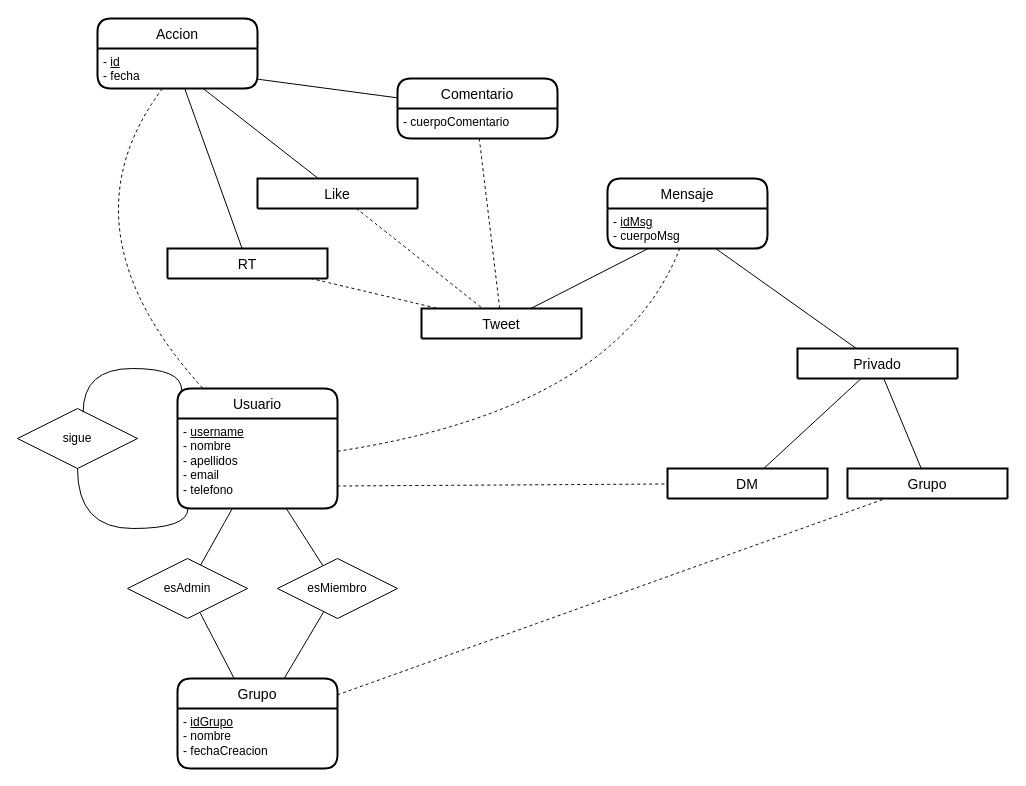
Earlier version of the draw.io diagram ex16.drawio (JuanMarinG/TA12_MYSQL). Source tidied: cells renumbered, new cells numbered last; positions are measured from the earlier drawing's top-left corner, leaving out a move shared by most shapes. Both pictures are drawn from the tidied source at 100%, with x=0, y=0 at pixel (17, 18).
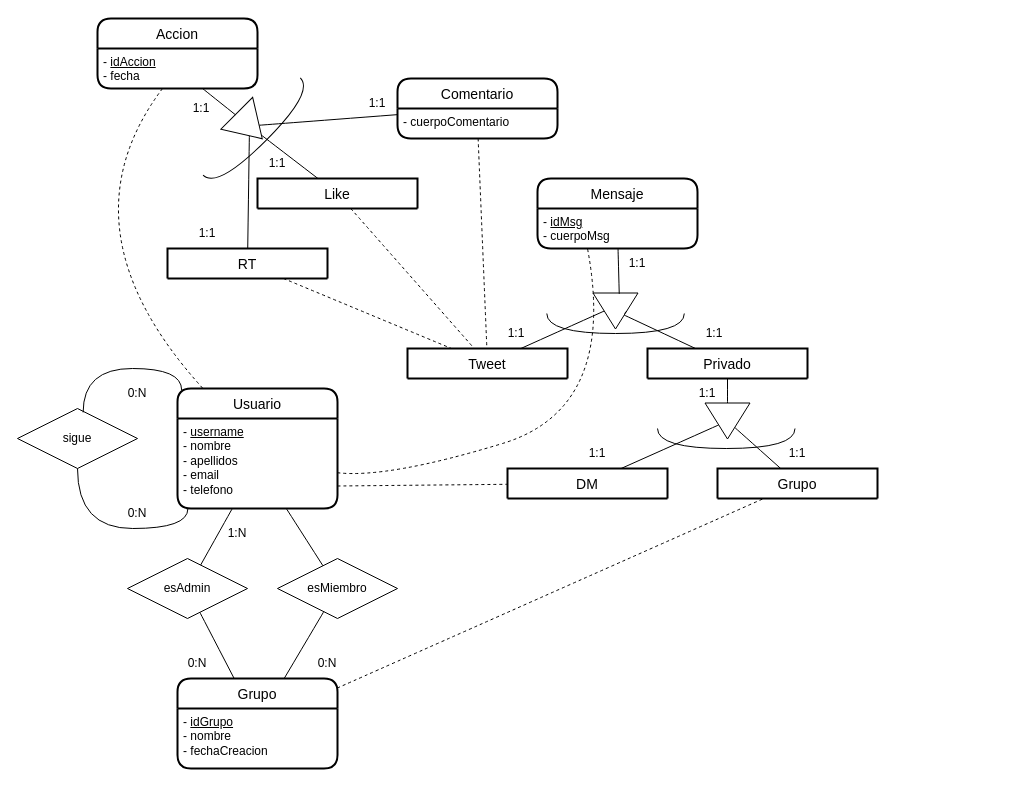
The same diagram, later.

The change refers to these unchanged cells:
```xml
<mxCell id="3" value="- &lt;u&gt;username&lt;/u&gt;&lt;br&gt;- nombre&lt;br&gt;- apellidos&lt;br&gt;- email&lt;br&gt;- telefono" style="align=left;strokeColor=none;fillColor=none;spacingLeft=4;fontSize=12;verticalAlign=top;html=1;" parent="2" vertex="1">
  <mxGeometry y="30" width="160" height="90" as="geometry" />
</mxCell>
<mxCell id="9" value="- &lt;u&gt;idMsg&lt;/u&gt;&lt;br&gt;- cuerpoMsg" style="align=left;strokeColor=none;fillColor=none;spacingLeft=4;fontSize=12;verticalAlign=top;html=1;" parent="8" vertex="1">
  <mxGeometry y="30" width="160" height="40" as="geometry" />
</mxCell>
<mxCell id="28" value="Comentario" style="swimlane;horizontal=1;startSize=30;rounded=1;fontSize=14;fontStyle=0;strokeWidth=2;shadow=0;dashed=0;align=center;" parent="1" vertex="1">
  <mxGeometry x="380" y="60" width="160" height="60" as="geometry" />
</mxCell>
<mxCell id="30" value="Like" style="swimlane;horizontal=1;startSize=30;rounded=1;fontSize=14;fontStyle=0;strokeWidth=2;shadow=0;dashed=0;align=center;" parent="1" vertex="1">
  <mxGeometry x="240" y="160" width="160" height="30" as="geometry" />
</mxCell>
<mxCell id="31" value="RT" style="swimlane;horizontal=1;startSize=30;rounded=1;fontSize=14;fontStyle=0;strokeWidth=2;shadow=0;dashed=0;align=center;" parent="1" vertex="1">
  <mxGeometry x="150" y="230" width="160" height="30" as="geometry" />
</mxCell>
<mxCell id="35" value="Accion" style="swimlane;horizontal=1;startSize=30;rounded=1;fontSize=14;fontStyle=0;strokeWidth=2;shadow=0;dashed=0;align=center;" parent="1" vertex="1">
  <mxGeometry x="80" width="160" height="70" as="geometry" />
</mxCell>
```

What changed in the source:
```diff
@@
     <mxCell id="8" value="Mensaje" style="swimlane;horizontal=1;startSize=30;rounded=1;fontSize=14;fontStyle=0;strokeWidth=2;shadow=0;dashed=0;align=center;" parent="1" vertex="1">
-      <mxGeometry x="590" y="160" width="160" height="70" as="geometry" />
+      <mxGeometry x="520" y="160" width="160" height="70" as="geometry" />
     </mxCell>
@@
     <mxCell id="11" value="Tweet" style="swimlane;horizontal=1;startSize=30;rounded=1;fontSize=14;fontStyle=0;strokeWidth=2;shadow=0;dashed=0;align=center;" parent="1" vertex="1">
-      <mxGeometry x="404" y="290" width="160" height="30" as="geometry" />
+      <mxGeometry x="390" y="330" width="160" height="30" as="geometry" />
     </mxCell>
     <mxCell id="12" value="Privado" style="swimlane;horizontal=1;startSize=30;rounded=1;fontSize=14;fontStyle=0;strokeWidth=2;shadow=0;dashed=0;align=center;" parent="1" vertex="1">
-      <mxGeometry x="780" y="330" width="160" height="30" as="geometry" />
+      <mxGeometry x="630" y="330" width="160" height="30" as="geometry" />
     </mxCell>
     <mxCell id="13" value="Grupo" style="swimlane;horizontal=1;startSize=30;rounded=1;fontSize=14;fontStyle=0;strokeWidth=2;shadow=0;dashed=0;align=center;" parent="1" vertex="1">
-      <mxGeometry x="830" y="450" width="160" height="30" as="geometry" />
+      <mxGeometry x="700" y="450" width="160" height="30" as="geometry" />
     </mxCell>
     <mxCell id="14" value="DM" style="swimlane;horizontal=1;startSize=30;rounded=1;fontSize=14;fontStyle=0;strokeWidth=2;shadow=0;dashed=0;align=center;" parent="1" vertex="1">
-      <mxGeometry x="650" y="450" width="160" height="30" as="geometry" />
+      <mxGeometry x="490" y="450" width="160" height="30" as="geometry" />
     </mxCell>
@@
-    <mxCell id="21" style="endArrow=none;html=1;rounded=0;curved=1;dashed=1;" parent="1" edge="1" source="3" target="9">
+    <mxCell id="21" style="endArrow=none;html=1;rounded=0;curved=1;dashed=1;" parent="1" edge="1" source="3">
       <mxGeometry relative="1" as="geometry">
+        <mxPoint x="570" y="230" as="targetPoint" />
         <Array as="points">
+          <mxPoint x="370" y="460" />
           <mxPoint x="600" y="390" />
         </Array>
       </mxGeometry>
     </mxCell>
-    <mxCell id="22" style="endArrow=none;html=1;rounded=0;curved=1;" parent="1" edge="1" source="9" target="12">
+    <mxCell id="22" style="endArrow=none;html=1;rounded=0;curved=1;startArrow=none;" parent="1" edge="1" source="53" target="12">
       <mxGeometry relative="1" as="geometry" />
     </mxCell>
-    <mxCell id="23" style="endArrow=none;html=1;rounded=0;curved=1;" parent="1" edge="1" source="9" target="11">
+    <mxCell id="23" style="endArrow=none;html=1;rounded=0;curved=1;exitX=0.5;exitY=1;exitDx=0;exitDy=0;" parent="1" edge="1" source="53" target="11">
       <mxGeometry relative="1" as="geometry" />
     </mxCell>
-    <mxCell id="24" style="endArrow=none;html=1;rounded=0;curved=1;" parent="1" edge="1" source="12" target="14">
+    <mxCell id="24" style="endArrow=none;html=1;rounded=0;curved=1;" parent="1" edge="1" source="54" target="14">
       <mxGeometry relative="1" as="geometry" />
     </mxCell>
-    <mxCell id="25" style="endArrow=none;html=1;rounded=0;curved=1;" parent="1" edge="1" source="12" target="13">
+    <mxCell id="25" style="endArrow=none;html=1;rounded=0;curved=1;" parent="1" edge="1" source="54" target="13">
       <mxGeometry relative="1" as="geometry" />
     </mxCell>
@@
-    <mxCell id="36" value="-&amp;nbsp;&lt;u&gt;id&lt;/u&gt;&lt;br&gt;- fecha" style="align=left;strokeColor=none;fillColor=none;spacingLeft=4;fontSize=12;verticalAlign=top;html=1;" parent="35" vertex="1">
+    <mxCell id="36" value="-&amp;nbsp;&lt;u&gt;idAccion&lt;/u&gt;&lt;br&gt;- fecha" style="align=left;strokeColor=none;fillColor=none;spacingLeft=4;fontSize=12;verticalAlign=top;html=1;" parent="35" vertex="1">
       <mxGeometry y="30" width="160" height="40" as="geometry" />
     </mxCell>
@@
-    <mxCell id="38" style="endArrow=none;html=1;rounded=0;curved=1;" parent="1" edge="1" source="36" target="28">
+    <mxCell id="38" style="endArrow=none;html=1;rounded=0;curved=1;startArrow=none;" parent="1" edge="1" source="49" target="28">
       <mxGeometry relative="1" as="geometry" />
     </mxCell>
-    <mxCell id="39" style="endArrow=none;html=1;rounded=0;curved=1;" parent="1" edge="1" source="36" target="30">
+    <mxCell id="39" style="endArrow=none;html=1;rounded=0;curved=1;" parent="1" edge="1" source="49" target="30">
       <mxGeometry relative="1" as="geometry" />
     </mxCell>
-    <mxCell id="40" style="endArrow=none;html=1;rounded=0;curved=1;" parent="1" edge="1" source="36" target="31">
+    <mxCell id="40" style="endArrow=none;html=1;rounded=0;curved=1;" parent="1" edge="1" source="49" target="31">
       <mxGeometry relative="1" as="geometry" />
     </mxCell>
+    <mxCell id="41" value="0:N" style="text;html=1;strokeColor=none;fillColor=none;align=center;verticalAlign=middle;whiteSpace=wrap;rounded=0;" parent="1" vertex="1">
+      <mxGeometry x="90" y="480" width="60" height="30" as="geometry" />
+    </mxCell>
+    <mxCell id="42" value="0:N" style="text;html=1;strokeColor=none;fillColor=none;align=center;verticalAlign=middle;whiteSpace=wrap;rounded=0;" parent="1" vertex="1">
+      <mxGeometry x="90" y="360" width="60" height="30" as="geometry" />
+    </mxCell>
+    <mxCell id="43" value="0:N" style="text;html=1;strokeColor=none;fillColor=none;align=center;verticalAlign=middle;whiteSpace=wrap;rounded=0;" parent="1" vertex="1">
+      <mxGeometry x="280" y="630" width="60" height="30" as="geometry" />
+    </mxCell>
+    <mxCell id="44" value="1:1" style="text;html=1;strokeColor=none;fillColor=none;align=center;verticalAlign=middle;whiteSpace=wrap;rounded=0;" parent="1" vertex="1">
+      <mxGeometry x="160" y="200" width="60" height="30" as="geometry" />
+    </mxCell>
+    <mxCell id="45" value="1:N" style="text;html=1;strokeColor=none;fillColor=none;align=center;verticalAlign=middle;whiteSpace=wrap;rounded=0;" parent="1" vertex="1">
+      <mxGeometry x="190" y="500" width="60" height="30" as="geometry" />
+    </mxCell>
+    <mxCell id="46" value="0:N" style="text;html=1;strokeColor=none;fillColor=none;align=center;verticalAlign=middle;whiteSpace=wrap;rounded=0;" parent="1" vertex="1">
+      <mxGeometry x="150" y="630" width="60" height="30" as="geometry" />
+    </mxCell>
+    <mxCell id="47" value="1:1" style="text;html=1;strokeColor=none;fillColor=none;align=center;verticalAlign=middle;whiteSpace=wrap;rounded=0;" parent="1" vertex="1">
+      <mxGeometry x="230" y="130" width="60" height="30" as="geometry" />
+    </mxCell>
+    <mxCell id="48" value="1:1" style="text;html=1;strokeColor=none;fillColor=none;align=center;verticalAlign=middle;whiteSpace=wrap;rounded=0;" parent="1" vertex="1">
+      <mxGeometry x="330" y="70" width="60" height="30" as="geometry" />
+    </mxCell>
+    <mxCell id="49" style="triangle;whiteSpace=wrap;html=1;rotation=45;" parent="1" vertex="1">
+      <mxGeometry x="214" y="85" width="36" height="45" as="geometry" />
+    </mxCell>
+    <mxCell id="50" style="endArrow=none;html=1;rounded=0;curved=1;" parent="1" edge="1" source="36" target="49">
+      <mxGeometry relative="1" as="geometry" />
+    </mxCell>
+    <mxCell id="51" value="1:1" style="text;html=1;strokeColor=none;fillColor=none;align=center;verticalAlign=middle;whiteSpace=wrap;rounded=0;" parent="1" vertex="1">
+      <mxGeometry x="154" y="75" width="60" height="30" as="geometry" />
+    </mxCell>
+    <mxCell id="52" style="shape=requiredInterface;html=1;verticalLabelPosition=bottom;sketch=0;fontSize=18;direction=south;rotation=-45;" parent="1" vertex="1">
+      <mxGeometry x="172.5" y="105" width="137.5" height="20" as="geometry" />
+    </mxCell>
+    <mxCell id="53" style="triangle;whiteSpace=wrap;html=1;rotation=90;" parent="1" vertex="1">
+      <mxGeometry x="580" y="270" width="36" height="45" as="geometry" />
+    </mxCell>
+    <mxCell id="54" style="triangle;whiteSpace=wrap;html=1;rotation=90;" parent="1" vertex="1">
+      <mxGeometry x="692" y="380" width="36" height="45" as="geometry" />
+    </mxCell>
+    <mxCell id="55" style="endArrow=none;html=1;rounded=0;curved=1;" parent="1" edge="1" source="54" target="12">
+      <mxGeometry relative="1" as="geometry" />
+    </mxCell>
+    <mxCell id="56" style="endArrow=none;html=1;rounded=0;curved=1;entryX=0.023;entryY=0.417;entryDx=0;entryDy=0;entryPerimeter=0;" parent="1" edge="1" source="9" target="53">
+      <mxGeometry relative="1" as="geometry" />
+    </mxCell>
+    <mxCell id="57" style="shape=requiredInterface;html=1;verticalLabelPosition=bottom;sketch=0;fontSize=18;direction=south;rotation=0;" parent="1" vertex="1">
+      <mxGeometry x="640" y="410" width="137.5" height="20" as="geometry" />
+    </mxCell>
+    <mxCell id="58" style="shape=requiredInterface;html=1;verticalLabelPosition=bottom;sketch=0;fontSize=18;direction=south;rotation=0;" parent="1" vertex="1">
+      <mxGeometry x="529.3" y="295" width="137.5" height="20" as="geometry" />
+    </mxCell>
+    <mxCell id="59" style="endArrow=none;html=1;rounded=0;curved=1;startArrow=none;exitX=0.5;exitY=0;exitDx=0;exitDy=0;" parent="1" edge="1" source="53" target="58">
+      <mxGeometry relative="1" as="geometry" />
+    </mxCell>
+    <mxCell id="60" value="1:1" style="text;html=1;strokeColor=none;fillColor=none;align=center;verticalAlign=middle;whiteSpace=wrap;rounded=0;" parent="1" vertex="1">
+      <mxGeometry x="469.3" y="300" width="60" height="30" as="geometry" />
+    </mxCell>
+    <mxCell id="61" value="1:1" style="text;html=1;strokeColor=none;fillColor=none;align=center;verticalAlign=middle;whiteSpace=wrap;rounded=0;" parent="1" vertex="1">
+      <mxGeometry x="666.7" y="300" width="60" height="30" as="geometry" />
+    </mxCell>
+    <mxCell id="62" value="1:1" style="text;html=1;strokeColor=none;fillColor=none;align=center;verticalAlign=middle;whiteSpace=wrap;rounded=0;" parent="1" vertex="1">
+      <mxGeometry x="750" y="420" width="60" height="30" as="geometry" />
+    </mxCell>
+    <mxCell id="63" value="1:1" style="text;html=1;strokeColor=none;fillColor=none;align=center;verticalAlign=middle;whiteSpace=wrap;rounded=0;" parent="1" vertex="1">
+      <mxGeometry x="550" y="420" width="60" height="30" as="geometry" />
+    </mxCell>
+    <mxCell id="64" value="1:1" style="text;html=1;strokeColor=none;fillColor=none;align=center;verticalAlign=middle;whiteSpace=wrap;rounded=0;" parent="1" vertex="1">
+      <mxGeometry x="660" y="360" width="60" height="30" as="geometry" />
+    </mxCell>
+    <mxCell id="65" value="1:1" style="text;html=1;strokeColor=none;fillColor=none;align=center;verticalAlign=middle;whiteSpace=wrap;rounded=0;" parent="1" vertex="1">
+      <mxGeometry x="590" y="230" width="60" height="30" as="geometry" />
+    </mxCell>
```
